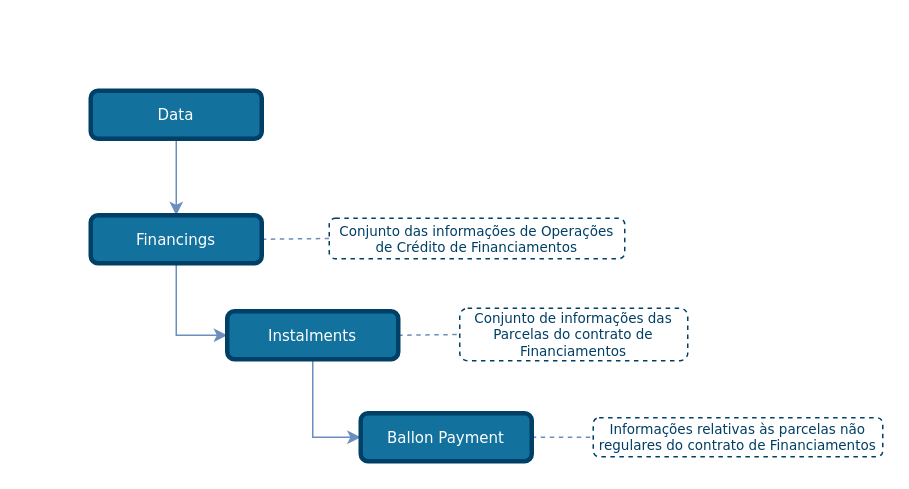
Before: draw_io_diagrams/financings/TLD_Financings_Instalments.drawio in OpenBanking-Brasil/areadesenvolvedor, a draw.io diagram. Source tidied: cells renumbered, new cells numbered last; positions are measured from the earlier drawing's top-left corner, leaving out a move shared by most shapes. Both pictures are drawn from the tidied source at 150%, with x=0, y=0 at pixel (90, 90).
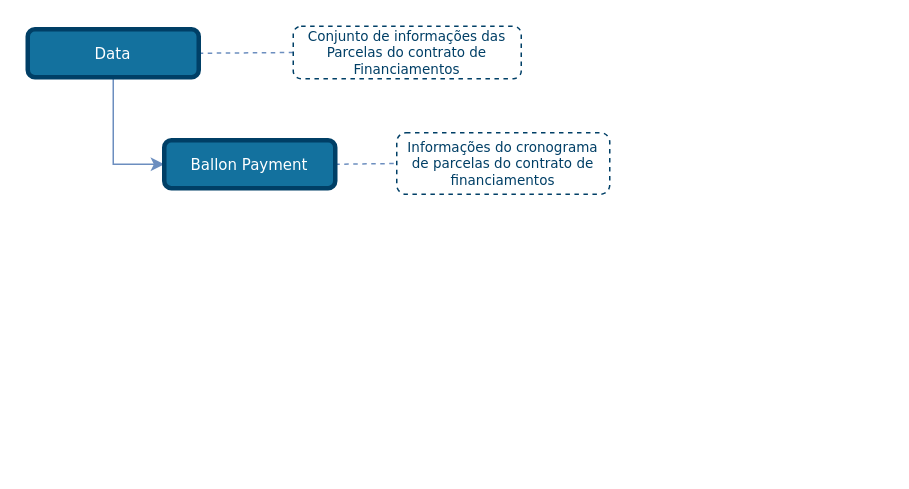
The same page after the edit.

Change to the diagram source:
```diff
@@
 <mxGraphModel>
   <root>
     <mxCell id="0" />
     <mxCell id="1" parent="0" />
-    <mxCell id="2" style="edgeStyle=none;rounded=1;jettySize=auto;html=1;entryX=0;entryY=0.5;entryDx=0;entryDy=0;dashed=1;endArrow=none;endFill=0;endSize=6;strokeColor=#6C8EBF;exitX=1;exitY=0.5;exitDx=0;exitDy=0;" parent="1" edge="1" source="13" target="8">
+    <mxCell id="2" style="edgeStyle=none;rounded=1;jettySize=auto;html=1;entryX=0;entryY=0.5;entryDx=0;entryDy=0;dashed=1;endArrow=none;endFill=0;endSize=6;strokeColor=#6C8EBF;exitX=1;exitY=0.5;exitDx=0;exitDy=0;" parent="1" edge="1" source="12" target="8">
       <mxGeometry relative="1" as="geometry" />
     </mxCell>
-    <mxCell id="3" style="edgeStyle=orthogonalEdgeStyle;rounded=0;jettySize=auto;html=1;entryX=0.5;entryY=0;entryDx=0;entryDy=0;endSize=6;fillColor=#dae8fc;strokeColor=#6c8ebf;comic=0;shadow=0;backgroundOutline=0;snapToPoint=0;fixDash=0;endArrow=classic;endFill=1;exitX=0.5;exitY=1;exitDx=0;exitDy=0;" parent="1" edge="1" source="12" target="6">
-      <mxGeometry relative="1" as="geometry" />
-    </mxCell>
-    <mxCell id="4" style="edgeStyle=orthogonalEdgeStyle;rounded=0;jettySize=auto;html=1;exitX=0.5;exitY=1;exitDx=0;exitDy=0;entryX=0;entryY=0.5;entryDx=0;entryDy=0;strokeColor=#6C8EBF;endArrow=classic;endFill=1;" parent="1" edge="1" source="6" target="13">
-      <mxGeometry relative="1" as="geometry" />
-    </mxCell>
-    <mxCell id="5" style="edgeStyle=none;rounded=1;jettySize=auto;html=1;exitX=1;exitY=0.5;exitDx=0;exitDy=0;entryX=0;entryY=0.5;entryDx=0;entryDy=0;dashed=1;endArrow=none;endFill=0;endSize=6;strokeColor=#6C8EBF;" parent="1" edge="1" source="6" target="7">
-      <mxGeometry relative="1" as="geometry" />
-    </mxCell>
-    <mxCell id="6" value="Financings" style="rounded=1;whiteSpace=wrap;html=1;comic=0;shadow=0;backgroundOutline=0;snapToPoint=0;fixDash=0;strokeWidth=3;fontFamily=Verdana;fontStyle=0;labelBackgroundColor=none;labelBorderColor=none;fontSize=10;fillColor=#13719E;strokeColor=#003F66;fontColor=#ffffff;" parent="1" vertex="1">
-      <mxGeometry y="83" width="114" height="32" as="geometry" />
-    </mxCell>
-    <mxCell id="7" value="&lt;font style=&quot;font-size: 9px&quot;&gt;Conjunto das informações de Operações de Crédito de Financiamentos&lt;/font&gt;" style="rounded=1;whiteSpace=wrap;html=1;shadow=0;comic=0;strokeColor=#003F66;strokeWidth=1;fillColor=#ffffff;fontFamily=Verdana;fontSize=9;fontColor=#003F66;dashed=1;spacingLeft=5;spacing=0;spacingRight=5;spacingBottom=5;spacingTop=5;align=center;verticalAlign=middle;gradientColor=#ffffff;" parent="1" vertex="1">
-      <mxGeometry x="159" y="85" width="197" height="27" as="geometry" />
-    </mxCell>
     <mxCell id="8" value="&lt;font style=&quot;font-size: 9px&quot;&gt;Conjunto de informações das Parcelas do contrato de Financiamentos&lt;/font&gt;" style="rounded=1;whiteSpace=wrap;html=1;shadow=0;comic=0;strokeColor=#003F66;strokeWidth=1;fillColor=#ffffff;fontFamily=Verdana;fontSize=9;fontColor=#003F66;dashed=1;spacingLeft=5;spacing=0;spacingRight=5;spacingBottom=5;spacingTop=5;align=center;verticalAlign=middle;gradientColor=#ffffff;" parent="1" vertex="1">
-      <mxGeometry x="246" y="145" width="152" height="35" as="geometry" />
+      <mxGeometry x="135" y="-43" width="152" height="35" as="geometry" />
     </mxCell>
     <mxCell id="9" style="edgeStyle=none;rounded=1;jettySize=auto;html=1;entryX=0;entryY=0.5;entryDx=0;entryDy=0;dashed=1;endArrow=none;endFill=0;endSize=6;strokeColor=#6C8EBF;exitX=1;exitY=0.5;exitDx=0;exitDy=0;" parent="1" edge="1" source="14" target="10">
       <mxGeometry relative="1" as="geometry" />
     </mxCell>
-    <mxCell id="10" value="&lt;font style=&quot;font-size: 9px&quot;&gt;Informações relativas às parcelas não regulares do contrato de Financiamentos&lt;/font&gt;" style="rounded=1;whiteSpace=wrap;html=1;shadow=0;comic=0;strokeColor=#003F66;strokeWidth=1;fillColor=#ffffff;fontFamily=Verdana;fontSize=9;fontColor=#003F66;dashed=1;spacingLeft=5;spacing=0;spacingRight=5;spacingBottom=5;spacingTop=5;align=center;verticalAlign=middle;gradientColor=#ffffff;" parent="1" vertex="1">
-      <mxGeometry x="335" y="218" width="193" height="26" as="geometry" />
+    <mxCell id="10" value="&lt;font style=&quot;font-size: 9px&quot;&gt;Informações do cronograma de parcelas do contrato de financiamentos&lt;/font&gt;" style="rounded=1;whiteSpace=wrap;html=1;shadow=0;comic=0;strokeColor=#003F66;strokeWidth=1;fillColor=#ffffff;fontFamily=Verdana;fontSize=9;fontColor=#003F66;dashed=1;spacingLeft=5;spacing=0;spacingRight=5;spacingBottom=5;spacingTop=5;align=center;verticalAlign=middle;gradientColor=#ffffff;" parent="1" vertex="1">
+      <mxGeometry x="204" y="28" width="142" height="41" as="geometry" />
     </mxCell>
-    <mxCell id="11" style="edgeStyle=orthogonalEdgeStyle;rounded=0;jettySize=auto;html=1;exitX=0.5;exitY=1;exitDx=0;exitDy=0;entryX=0;entryY=0.5;entryDx=0;entryDy=0;strokeColor=#6C8EBF;endArrow=classic;endFill=1;" parent="1" edge="1" source="13" target="14">
+    <mxCell id="11" style="edgeStyle=orthogonalEdgeStyle;rounded=0;jettySize=auto;html=1;exitX=0.5;exitY=1;exitDx=0;exitDy=0;entryX=0;entryY=0.5;entryDx=0;entryDy=0;strokeColor=#6C8EBF;endArrow=classic;endFill=1;" parent="1" edge="1" source="12" target="14">
       <mxGeometry relative="1" as="geometry" />
     </mxCell>
     <mxCell id="12" value="Data" style="rounded=1;whiteSpace=wrap;html=1;comic=0;shadow=0;backgroundOutline=0;snapToPoint=0;fixDash=0;strokeWidth=3;fontFamily=Verdana;fontStyle=0;labelBackgroundColor=none;labelBorderColor=none;fontSize=10;fillColor=#13719E;strokeColor=#003F66;fontColor=#ffffff;" parent="1" vertex="1">
-      <mxGeometry width="114" height="32" as="geometry" />
+      <mxGeometry x="-42" y="-41" width="114" height="32" as="geometry" />
     </mxCell>
-    <mxCell id="13" value="Instalments" style="rounded=1;whiteSpace=wrap;html=1;comic=0;shadow=0;backgroundOutline=0;snapToPoint=0;fixDash=0;strokeWidth=3;fontFamily=Verdana;fontStyle=0;labelBackgroundColor=none;labelBorderColor=none;fontSize=10;fillColor=#13719E;strokeColor=#003F66;fontColor=#ffffff;" parent="1" vertex="1">
-      <mxGeometry x="91" y="147" width="114" height="32" as="geometry" />
-    </mxCell>
     <mxCell id="14" value="Ballon Payment" style="rounded=1;whiteSpace=wrap;html=1;comic=0;shadow=0;backgroundOutline=0;snapToPoint=0;fixDash=0;strokeWidth=3;fontFamily=Verdana;fontStyle=0;labelBackgroundColor=none;labelBorderColor=none;fontSize=10;fillColor=#13719E;strokeColor=#003F66;fontColor=#ffffff;" parent="1" vertex="1">
-      <mxGeometry x="180" y="215" width="114" height="32" as="geometry" />
+      <mxGeometry x="49" y="33" width="114" height="32" as="geometry" />
     </mxCell>
   </root>
 </mxGraphModel>
```
